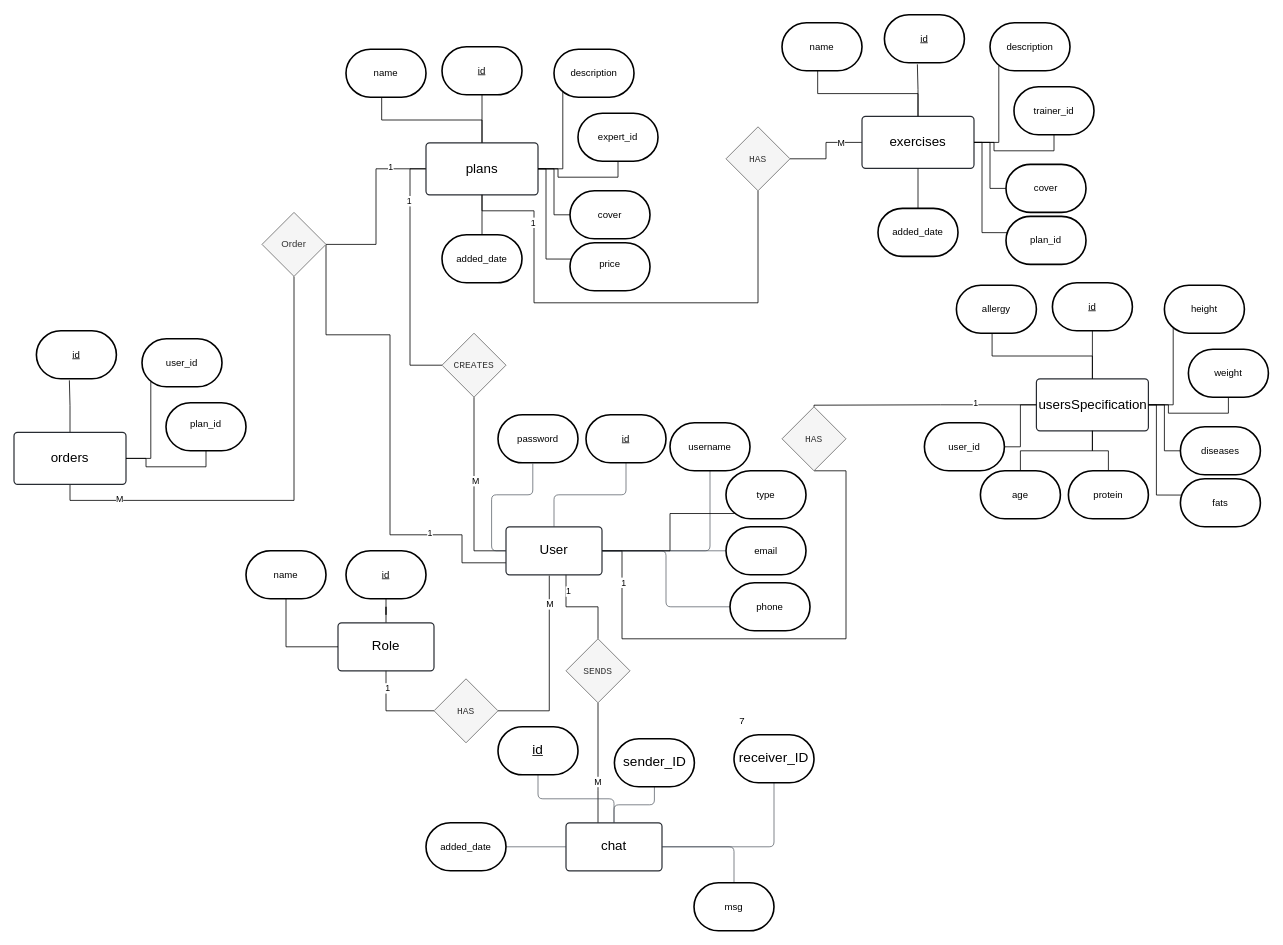
Before: newFile.drawio in Ammar-Alesrawi/draw.io-design, a draw.io diagram. Source tidied: cells renumbered, new cells numbered last; positions are measured from the earlier drawing's top-left corner, leaving out a move shared by most shapes. Both pictures are drawn from the tidied source at 80%, with x=0, y=0 at pixel (14, 14).
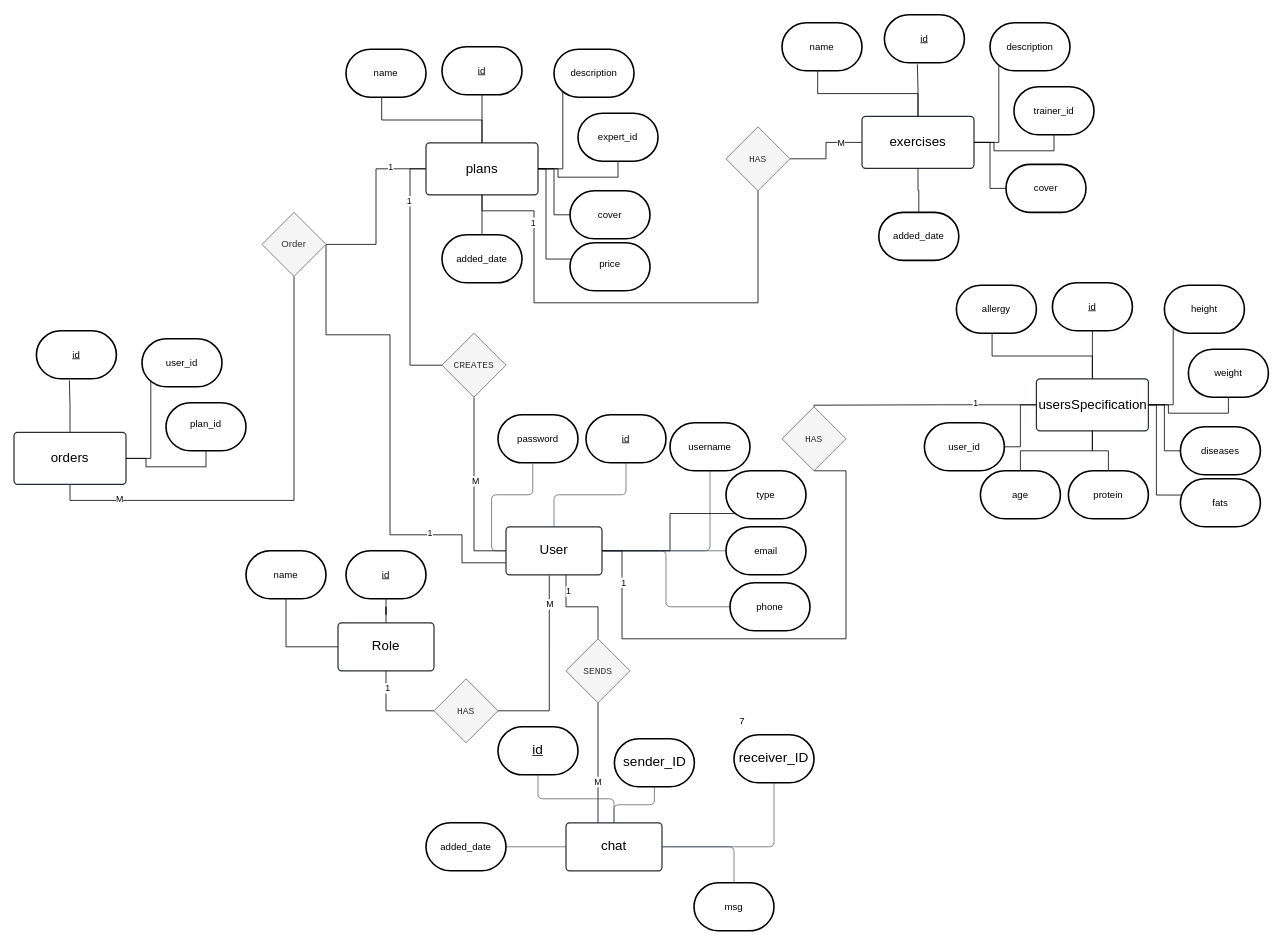
The same diagram, later.

The change refers to these unchanged cells:
```xml
<mxCell id="91" value="exercises" style="html=1;overflow=block;blockSpacing=1;whiteSpace=wrap;fontSize=16.7;spacing=3.8;strokeColor=#282c33;strokeOpacity=100;fillOpacity=0;rounded=1;absoluteArcSize=1;arcSize=9;fillColor=#000000;strokeWidth=1.5;lucidId=ub4.8B3P5FTU;" parent="1" vertex="1">
  <mxGeometry x="1060" y="127" width="140" height="65" as="geometry" />
</mxCell>
```

Change to the diagram source:
```diff
@@
-    <mxCell id="96" value="plan_id" style="strokeWidth=2;html=1;shape=mxgraph.flowchart.terminator;whiteSpace=wrap;" parent="1" vertex="1">
-      <mxGeometry x="1240" y="252" width="100" height="60" as="geometry" />
-    </mxCell>
     <mxCell id="97" value="added_date" style="strokeWidth=2;html=1;shape=mxgraph.flowchart.terminator;whiteSpace=wrap;" parent="1" vertex="1">
-      <mxGeometry x="1080" y="242" width="100" height="60" as="geometry" />
+      <mxGeometry x="1081" y="247" width="100" height="60" as="geometry" />
     </mxCell>
@@
-    <mxCell id="101" style="edgeStyle=orthogonalEdgeStyle;rounded=0;jettySize=auto;html=1;entryX=0.019;entryY=0.339;entryDx=0;entryDy=0;entryPerimeter=0;endArrow=none;startFill=0;" parent="1" edge="1" source="91" target="96">
-      <mxGeometry relative="1" as="geometry">
-        <Array as="points">
-          <mxPoint x="1210" y="160" />
-          <mxPoint x="1210" y="272" />
-        </Array>
-      </mxGeometry>
-    </mxCell>
```
